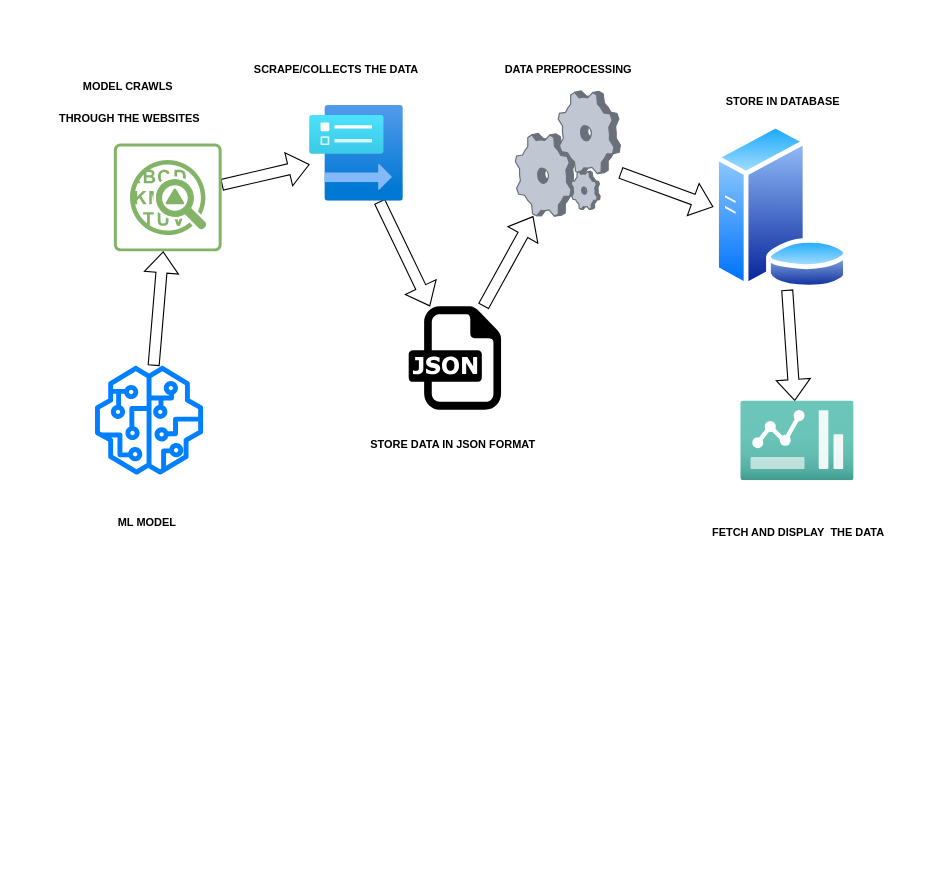
The draw.io diagram cyber_space.drawio in sanjaykumardk/drawio, before the edit. Source tidied: cells renumbered, new cells numbered last; positions are measured from the earlier drawing's top-left corner, leaving out a move shared by most shapes. Both pictures are drawn from the tidied source at 110%, with x=0, y=0 at pixel (48, 36).
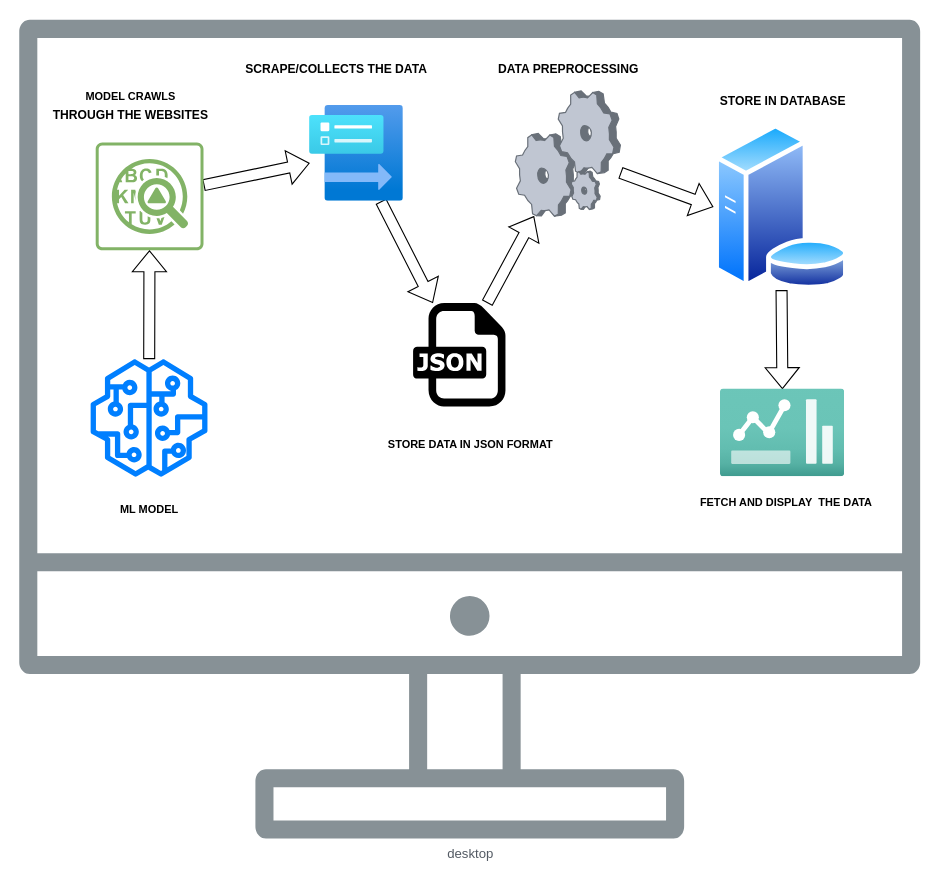
The same page after the edit.

Unchanged cells that the change refers to:
```xml
<mxCell id="5" style="image;html=1;points=[];align=center;fontSize=12;image=img/lib/azure2/other/Data_Collection_Rules.svg;" parent="1" vertex="1">
  <mxGeometry x="237" y="62.5" width="85.2" height="87" as="geometry" />
</mxCell>
<mxCell id="9" style="verticalLabelPosition=bottom;sketch=0;html=1;verticalAlign=top;strokeColor=none;align=center;outlineConnect=0;shape=mxgraph.citrix.process;" parent="1" vertex="1">
  <mxGeometry x="424" y="49.1" width="95.5" height="113.9" as="geometry" />
</mxCell>
<mxCell id="11" style="image;perimeter=ellipsePerimeter;html=1;align=center;shadow=0;dashed=0;spacingTop=3;image=img/lib/active_directory/database_server.svg;" parent="1" vertex="1">
  <mxGeometry x="604" y="79" width="124" height="151.2" as="geometry" />
</mxCell>
```

Change to the diagram source:
```diff
@@
-    <mxCell id="2" style="rounded=0;jettySize=auto;html=1;shape=flexArrow;" parent="1" edge="1" source="3" target="5">
-      <mxGeometry relative="1" as="geometry" />
-    </mxCell>
-    <mxCell id="3" style="sketch=0;points=[[0.015,0.015,0],[0.985,0.015,0],[0.985,0.985,0],[0.015,0.985,0],[0.25,0,0],[0.5,0,0],[0.75,0,0],[1,0.25,0],[1,0.5,0],[1,0.75,0],[0.75,1,0],[0.5,1,0],[0.25,1,0],[0,0.75,0],[0,0.5,0],[0,0.25,0]];verticalLabelPosition=bottom;html=1;verticalAlign=top;align=center;shape=mxgraph.cisco19.rect;prIcon=anomaly_detection;fillColor=none;strokeColor=#82b366;" parent="1" vertex="1">
-      <mxGeometry x="59" y="97" width="98" height="98" as="geometry" />
-    </mxCell>
-    <mxCell id="4" style="rounded=0;jettySize=auto;html=1;shape=flexArrow;" parent="1" edge="1" source="5" target="7">
-      <mxGeometry relative="1" as="geometry" />
-    </mxCell>
+    <mxCell id="22" value="desktop" style="sketch=0;gradientColor=none;fontColor=#545B64;strokeColor=none;fillColor=#879196;dashed=0;verticalLabelPosition=bottom;verticalAlign=top;align=center;html=1;fontSize=12;fontStyle=0;shape=mxgraph.aws4.illustration_desktop;" parent="1" vertex="1">
+      <mxGeometry x="-27" y="-16" width="819" height="745.3" as="geometry" />
+    </mxCell>
+    <mxCell id="23" style="rounded=0;jettySize=auto;html=1;shape=flexArrow;" parent="1" edge="1" source="24" target="5">
+      <mxGeometry relative="1" as="geometry" />
+    </mxCell>
+    <mxCell id="24" style="sketch=0;points=[[0.015,0.015,0],[0.985,0.015,0],[0.985,0.985,0],[0.015,0.985,0],[0.25,0,0],[0.5,0,0],[0.75,0,0],[1,0.25,0],[1,0.5,0],[1,0.75,0],[0.75,1,0],[0.5,1,0],[0.25,1,0],[0,0.75,0],[0,0.5,0],[0,0.25,0]];verticalLabelPosition=bottom;html=1;verticalAlign=top;align=center;shape=mxgraph.cisco19.rect;prIcon=anomaly_detection;fillColor=none;strokeColor=#82b366;" parent="1" vertex="1">
+      <mxGeometry x="42.5" y="96" width="98" height="98" as="geometry" />
+    </mxCell>
+    <mxCell id="25" style="rounded=0;jettySize=auto;html=1;shape=flexArrow;" parent="1" edge="1" source="5" target="27">
+      <mxGeometry relative="1" as="geometry" />
+    </mxCell>
@@
-    <mxCell id="6" style="rounded=0;jettySize=auto;html=1;shape=flexArrow;" parent="1" edge="1" source="7" target="9">
-      <mxGeometry relative="1" as="geometry" />
-    </mxCell>
-    <mxCell id="7" style="dashed=0;outlineConnect=0;html=1;align=center;labelPosition=center;verticalLabelPosition=bottom;verticalAlign=top;shape=mxgraph.weblogos.json;" parent="1" vertex="1">
-      <mxGeometry x="327" y="245" width="84" height="94" as="geometry" />
-    </mxCell>
+    <mxCell id="26" style="rounded=0;jettySize=auto;html=1;shape=flexArrow;" parent="1" edge="1" source="27" target="9">
+      <mxGeometry relative="1" as="geometry" />
+    </mxCell>
+    <mxCell id="27" style="dashed=0;outlineConnect=0;html=1;align=center;labelPosition=center;verticalLabelPosition=bottom;verticalAlign=top;shape=mxgraph.weblogos.json;fillColor=#FF00FF;" parent="1" vertex="1">
+      <mxGeometry x="331" y="242" width="84" height="94" as="geometry" />
+    </mxCell>
@@
-    <mxCell id="10" style="rounded=0;jettySize=auto;html=1;shape=flexArrow;" parent="1" edge="1" source="11" target="12">
-      <mxGeometry relative="1" as="geometry" />
-    </mxCell>
+    <mxCell id="28" style="rounded=0;jettySize=auto;html=1;shape=flexArrow;" parent="1" edge="1" source="11" target="29">
+      <mxGeometry relative="1" as="geometry" />
+    </mxCell>
@@
-    <mxCell id="12" style="image;html=1;points=[];align=center;fontSize=12;image=img/lib/azure2/general/Dashboard2.svg;" parent="1" vertex="1">
-      <mxGeometry x="629" y="331" width="103" height="72.7" as="geometry" />
-    </mxCell>
-    <mxCell id="13" style="rounded=0;jettySize=auto;html=1;fontColor=#FFFFFF;shape=flexArrow;fillColor=default;" parent="1" edge="1" source="14" target="3">
-      <mxGeometry relative="1" as="geometry" />
-    </mxCell>
-    <mxCell id="14" style="sketch=0;outlineConnect=0;dashed=0;verticalLabelPosition=bottom;verticalAlign=top;align=center;html=1;fontSize=12;fontStyle=1;shape=mxgraph.aws4.sagemaker_model;fillColor=#007FFF;strokeColor=#9673a6;" parent="1" vertex="1">
-      <mxGeometry x="41.5" y="299" width="99" height="99" as="geometry" />
-    </mxCell>
+    <mxCell id="29" style="image;html=1;points=[];align=center;fontSize=12;image=img/lib/azure2/general/Dashboard2.svg;" parent="1" vertex="1">
+      <mxGeometry x="610.5" y="320.2" width="113" height="79.8" as="geometry" />
+    </mxCell>
+    <mxCell id="30" style="rounded=0;jettySize=auto;html=1;fontColor=#FFFFFF;shape=flexArrow;fillColor=default;" parent="1" edge="1" source="31" target="24">
+      <mxGeometry relative="1" as="geometry" />
+    </mxCell>
+    <mxCell id="31" style="sketch=0;outlineConnect=0;dashed=0;verticalLabelPosition=bottom;verticalAlign=top;align=center;html=1;fontSize=12;fontStyle=1;shape=mxgraph.aws4.sagemaker_model;fillColor=#007FFF;strokeColor=#9673a6;" parent="1" vertex="1">
+      <mxGeometry x="37.5" y="293" width="107" height="107" as="geometry" />
+    </mxCell>
     <mxCell id="15" value="&lt;h5&gt;ML MODEL&lt;/h5&gt;" style="text;html=1;align=center;verticalAlign=middle;strokeColor=none;fillColor=none;" parent="1" vertex="1">
-      <mxGeometry x="53" y="412" width="71" height="57" as="geometry" />
+      <mxGeometry x="55.5" y="400" width="71" height="57" as="geometry" />
     </mxCell>
-    <mxCell id="16" value="&lt;h5 align=&quot;center&quot;&gt;&lt;font face=&quot;Helvetica&quot;&gt;MODEL CRAWLS&amp;nbsp;&lt;/font&gt;&lt;/h5&gt;&lt;h5 align=&quot;center&quot;&gt;&lt;font face=&quot;Helvetica&quot;&gt;THROUGH THE WEBSITES&lt;br&gt;&lt;/font&gt;&lt;/h5&gt;" style="text;html=1;align=center;verticalAlign=middle;strokeColor=none;fillColor=none;" parent="1" vertex="1">
-      <mxGeometry y="17" width="146" height="86" as="geometry" />
-    </mxCell>
+    <mxCell id="32" value="&lt;h5 align=&quot;center&quot;&gt;&lt;font face=&quot;Helvetica&quot;&gt;MODEL CRAWLS &lt;br&gt;&lt;/font&gt;&lt;/h5&gt;" style="text;html=1;align=center;verticalAlign=middle;strokeColor=none;fillColor=none;" parent="1" vertex="1">
+      <mxGeometry x="23" y="25" width="101" height="57" as="geometry" />
+    </mxCell>
-    <mxCell id="17" value="&lt;h5&gt;SCRAPE/COLLECTS THE DATA&lt;/h5&gt;" style="text;html=1;align=center;verticalAlign=middle;strokeColor=none;fillColor=none;" parent="1" vertex="1">
-      <mxGeometry x="176" width="169" height="57" as="geometry" />
+    <mxCell id="17" value="&lt;h5&gt;&lt;font style=&quot;font-size: 11px;&quot;&gt;SCRAPE/COLLECTS THE DATA&lt;/font&gt;&lt;/h5&gt;" style="text;html=1;align=center;verticalAlign=middle;strokeColor=none;fillColor=none;" parent="1" vertex="1">
+      <mxGeometry x="168" width="185" height="58" as="geometry" />
     </mxCell>
     <mxCell id="18" value="&lt;h5&gt;STORE DATA IN JSON FORMAT&lt;/h5&gt;" style="text;html=1;align=center;verticalAlign=middle;strokeColor=none;fillColor=none;" parent="1" vertex="1">
-      <mxGeometry x="281.5" y="341" width="171" height="57" as="geometry" />
+      <mxGeometry x="297" y="341" width="171" height="57" as="geometry" />
     </mxCell>
-    <mxCell id="19" value="&lt;h5&gt;DATA PREPROCESSING&lt;/h5&gt;" style="text;html=1;align=center;verticalAlign=middle;strokeColor=none;fillColor=none;" parent="1" vertex="1">
-      <mxGeometry x="404.2" width="135" height="57" as="geometry" />
+    <mxCell id="19" value="&lt;h5&gt;&lt;font style=&quot;font-size: 11px;&quot;&gt;DATA PREPROCESSING&lt;/font&gt;&lt;/h5&gt;" style="text;html=1;align=center;verticalAlign=middle;strokeColor=none;fillColor=none;" parent="1" vertex="1">
+      <mxGeometry x="398.2" width="148" height="58" as="geometry" />
     </mxCell>
-    <mxCell id="20" value="&lt;h5&gt;STORE IN DATABASE&lt;/h5&gt;" style="text;html=1;align=center;verticalAlign=middle;strokeColor=none;fillColor=none;" parent="1" vertex="1">
-      <mxGeometry x="605" y="29" width="123" height="57" as="geometry" />
+    <mxCell id="20" value="&lt;h5&gt;&lt;font style=&quot;font-size: 11px;&quot;&gt;STORE IN DATABASE&lt;/font&gt;&lt;/h5&gt;" style="text;html=1;align=center;verticalAlign=middle;strokeColor=none;fillColor=none;" parent="1" vertex="1">
+      <mxGeometry x="600" y="29" width="134" height="58" as="geometry" />
     </mxCell>
     <mxCell id="21" value="&lt;h5&gt;FETCH AND DISPLAY&amp;nbsp; THE DATA&lt;/h5&gt;" style="text;html=1;align=center;verticalAlign=middle;strokeColor=none;fillColor=none;" parent="1" vertex="1">
-      <mxGeometry x="592" y="421" width="177" height="57" as="geometry" />
+      <mxGeometry x="581" y="394" width="177" height="57" as="geometry" />
     </mxCell>
+    <mxCell id="33" value="&lt;h5 align=&quot;center&quot;&gt;&lt;font style=&quot;font-size: 11px;&quot; face=&quot;Helvetica&quot;&gt;THROUGH THE WEBSITES&lt;/font&gt;&lt;/h5&gt;" style="text;html=1;align=center;verticalAlign=middle;strokeColor=none;fillColor=none;" parent="1" vertex="1">
+      <mxGeometry x="-5.5" y="42" width="159" height="58" as="geometry" />
+    </mxCell>
```
